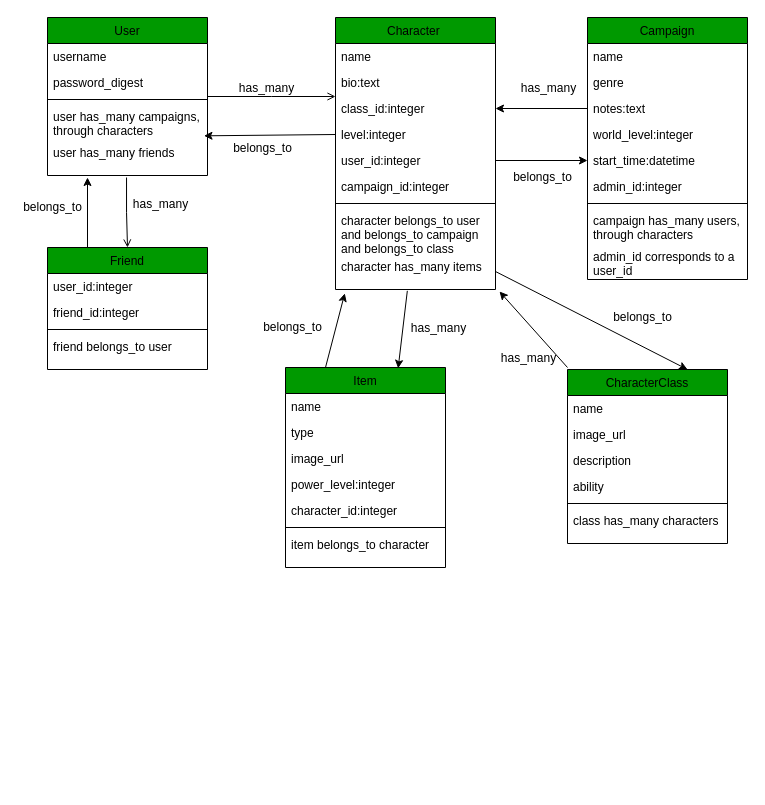
Holden-VanKeyes/proj4 keeps this draw.io diagram as database-diagram.drawio. Above is the earlier version. Source tidied: cells renumbered, new cells numbered last; positions are measured from the earlier drawing's top-left corner, leaving out a move shared by most shapes. Both pictures are drawn from the tidied source at 100%, with x=0, y=0 at pixel (17, 17).
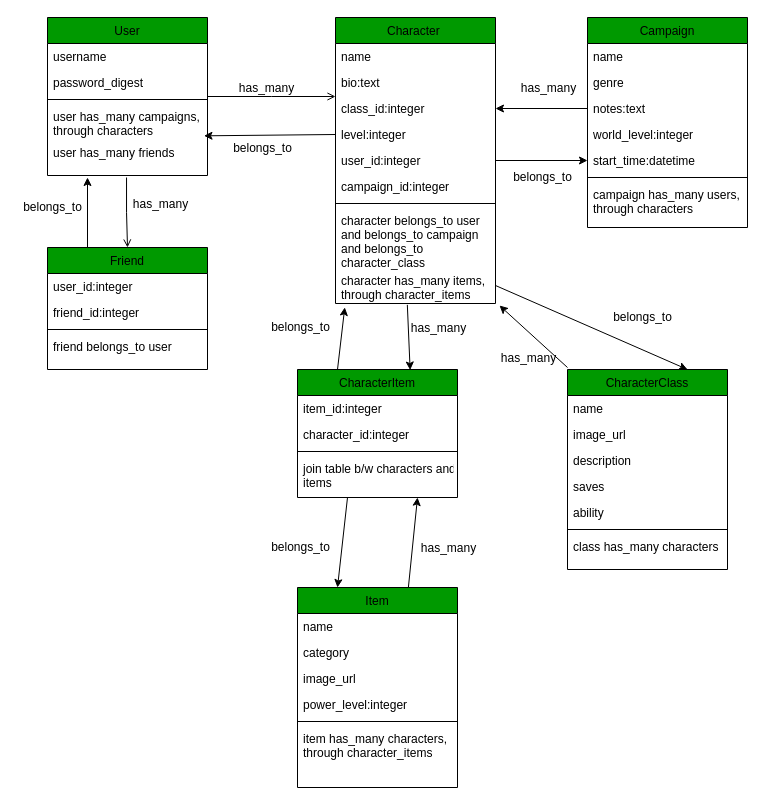
Above is the later version.

Commit message (it also covers changes not shown here):
added CharacterItem resource and changed associations for characters and items

The change refers to these unchanged cells:
```xml
<mxCell id="18" style="endArrow=open;shadow=0;strokeWidth=1;rounded=0;endFill=1;edgeStyle=elbowEdgeStyle;elbow=vertical;" parent="1" edge="1" source="2" target="8">
  <mxGeometry x="0.5" y="41" relative="1" as="geometry">
    <mxPoint x="-40" y="32" as="offset" />
  </mxGeometry>
</mxCell>
```

Change to the diagram source:
```diff
@@
     <mxCell id="8" value="Character " style="swimlane;fontStyle=0;align=center;verticalAlign=top;horizontal=1;startSize=26;rounded=0;shadow=0;strokeWidth=1;fillColor=#009900;" parent="1" vertex="1">
-      <mxGeometry x="318" width="160" height="272" as="geometry" />
+      <mxGeometry x="318" width="160" height="286" as="geometry" />
     </mxCell>
@@
-    <mxCell id="16" value="character belongs_to user&#10;and belongs_to campaign &#10;and belongs_to class" style="text;align=left;verticalAlign=top;spacingLeft=4;spacingRight=4;overflow=hidden;rounded=0;shadow=0;html=0;" parent="8" vertex="1">
-      <mxGeometry y="190" width="160" height="46" as="geometry" />
+    <mxCell id="16" value="character belongs_to user&#10;and belongs_to campaign &#10;and belongs_to &#10;character_class" style="text;align=left;verticalAlign=top;spacingLeft=4;spacingRight=4;overflow=hidden;rounded=0;shadow=0;html=0;" parent="8" vertex="1">
+      <mxGeometry y="190" width="160" height="60" as="geometry" />
     </mxCell>
-    <mxCell id="17" value="character has_many items" style="text;align=left;verticalAlign=top;spacingLeft=4;spacingRight=4;overflow=hidden;points=[[0,0.5],[1,0.5]];portConstraint=eastwest;rounded=0;shadow=0;html=0;" parent="8" vertex="1">
-      <mxGeometry y="236" width="160" height="36" as="geometry" />
+    <mxCell id="17" value="character has_many items,&#10;through character_items" style="text;align=left;verticalAlign=top;spacingLeft=4;spacingRight=4;overflow=hidden;points=[[0,0.5],[1,0.5]];portConstraint=eastwest;rounded=0;shadow=0;html=0;" parent="8" vertex="1">
+      <mxGeometry y="250" width="160" height="36" as="geometry" />
     </mxCell>
@@
+    <mxCell id="69" value="has_many" style="text;html=1;align=center;verticalAlign=middle;labelBackgroundColor=none;rounded=0;shadow=0;strokeWidth=1;fontSize=12;" parent="18" vertex="1">
+      <mxGeometry x="0.5" y="49" relative="1" as="geometry">
+        <mxPoint x="144" y="500" as="offset" />
+      </mxGeometry>
+    </mxCell>
     <mxCell id="23" value="Campaign" style="swimlane;fontStyle=0;align=center;verticalAlign=top;horizontal=1;startSize=26;rounded=0;shadow=0;strokeWidth=1;fillColor=#009900;" parent="1" vertex="1">
-      <mxGeometry x="570" width="160" height="262" as="geometry" />
+      <mxGeometry x="570" width="160" height="210" as="geometry" />
     </mxCell>
@@
-    <mxCell id="29" value="admin_id:integer" style="text;align=left;verticalAlign=top;spacingLeft=4;spacingRight=4;overflow=hidden;rounded=0;shadow=0;html=0;" parent="23" vertex="1">
-      <mxGeometry y="156" width="160" height="26" as="geometry" />
-    </mxCell>
     <mxCell id="30" style="line;html=1;strokeWidth=1;align=left;verticalAlign=middle;spacingTop=-1;spacingLeft=3;spacingRight=3;labelPosition=right;" parent="23" vertex="1">
-      <mxGeometry y="182" width="160" height="8" as="geometry" />
+      <mxGeometry y="156" width="160" height="8" as="geometry" />
     </mxCell>
     <mxCell id="31" value="campaign has_many users,&#10;through characters" style="text;align=left;verticalAlign=top;spacingLeft=4;spacingRight=4;overflow=hidden;rounded=0;shadow=0;html=0;" parent="23" vertex="1">
-      <mxGeometry y="190" width="160" height="36" as="geometry" />
+      <mxGeometry y="164" width="160" height="36" as="geometry" />
     </mxCell>
-    <mxCell id="32" value="admin_id corresponds to a&#10;user_id" style="text;align=left;verticalAlign=top;spacingLeft=4;spacingRight=4;overflow=hidden;rounded=0;shadow=0;html=0;" parent="23" vertex="1">
-      <mxGeometry y="226" width="160" height="36" as="geometry" />
-    </mxCell>
@@
-    <mxCell id="35" value="Item" style="swimlane;fontStyle=0;align=center;verticalAlign=top;horizontal=1;startSize=26;rounded=0;shadow=0;strokeWidth=1;fillColor=#009900;" parent="1" vertex="1">
-      <mxGeometry x="268" y="350" width="160" height="200" as="geometry" />
+    <mxCell id="35" value="CharacterItem" style="swimlane;fontStyle=0;align=center;verticalAlign=top;horizontal=1;startSize=26;rounded=0;shadow=0;strokeWidth=1;fillColor=#009900;" parent="1" vertex="1">
+      <mxGeometry x="280" y="352" width="160" height="128" as="geometry" />
     </mxCell>
-    <mxCell id="36" value="name" style="text;align=left;verticalAlign=top;spacingLeft=4;spacingRight=4;overflow=hidden;" parent="35" vertex="1">
-      <mxGeometry y="26" width="160" height="26" as="geometry" />
-    </mxCell>
-    <mxCell id="37" value="type" style="text;align=left;verticalAlign=top;spacingLeft=4;spacingRight=4;overflow=hidden;rounded=0;shadow=0;html=0;" parent="35" vertex="1">
-      <mxGeometry y="52" width="160" height="26" as="geometry" />
+    <mxCell id="37" value="item_id:integer" style="text;align=left;verticalAlign=top;spacingLeft=4;spacingRight=4;overflow=hidden;rounded=0;shadow=0;html=0;" parent="35" vertex="1">
+      <mxGeometry y="26" width="160" height="26" as="geometry" />
     </mxCell>
-    <mxCell id="38" value="image_url" style="text;align=left;verticalAlign=top;spacingLeft=4;spacingRight=4;overflow=hidden;rounded=0;shadow=0;html=0;" parent="35" vertex="1">
-      <mxGeometry y="78" width="160" height="26" as="geometry" />
-    </mxCell>
-    <mxCell id="39" value="power_level:integer" style="text;align=left;verticalAlign=top;spacingLeft=4;spacingRight=4;overflow=hidden;rounded=0;shadow=0;html=0;" parent="35" vertex="1">
-      <mxGeometry y="104" width="160" height="26" as="geometry" />
-    </mxCell>
     <mxCell id="40" value="character_id:integer" style="text;align=left;verticalAlign=top;spacingLeft=4;spacingRight=4;overflow=hidden;rounded=0;shadow=0;html=0;" parent="35" vertex="1">
-      <mxGeometry y="130" width="160" height="26" as="geometry" />
+      <mxGeometry y="52" width="160" height="26" as="geometry" />
     </mxCell>
     <mxCell id="41" style="line;html=1;strokeWidth=1;align=left;verticalAlign=middle;spacingTop=-1;spacingLeft=3;spacingRight=3;labelPosition=right;" parent="35" vertex="1">
-      <mxGeometry y="156" width="160" height="8" as="geometry" />
+      <mxGeometry y="78" width="160" height="8" as="geometry" />
     </mxCell>
-    <mxCell id="42" value="item belongs_to character" style="text;align=left;verticalAlign=top;spacingLeft=4;spacingRight=4;overflow=hidden;rounded=0;shadow=0;html=0;" parent="35" vertex="1">
-      <mxGeometry y="164" width="160" height="36" as="geometry" />
+    <mxCell id="42" value="join table b/w characters and&#10;items" style="text;align=left;verticalAlign=top;spacingLeft=4;spacingRight=4;overflow=hidden;rounded=0;shadow=0;html=0;" parent="35" vertex="1">
+      <mxGeometry y="86" width="160" height="36" as="geometry" />
     </mxCell>
@@
     <mxCell id="52" value="CharacterClass" style="swimlane;fontStyle=0;align=center;verticalAlign=top;horizontal=1;startSize=26;rounded=0;shadow=0;strokeWidth=1;fillColor=#009900;" parent="1" vertex="1">
-      <mxGeometry x="550" y="352" width="160" height="174" as="geometry" />
+      <mxGeometry x="550" y="352" width="160" height="200" as="geometry" />
     </mxCell>
@@
+    <mxCell id="70" value="saves" style="text;align=left;verticalAlign=top;spacingLeft=4;spacingRight=4;overflow=hidden;rounded=0;shadow=0;html=0;" parent="52" vertex="1">
+      <mxGeometry y="104" width="160" height="26" as="geometry" />
+    </mxCell>
     <mxCell id="56" value="ability" style="text;align=left;verticalAlign=top;spacingLeft=4;spacingRight=4;overflow=hidden;rounded=0;shadow=0;html=0;" parent="52" vertex="1">
-      <mxGeometry y="104" width="160" height="26" as="geometry" />
+      <mxGeometry y="130" width="160" height="26" as="geometry" />
     </mxCell>
     <mxCell id="57" style="line;html=1;strokeWidth=1;align=left;verticalAlign=middle;spacingTop=-1;spacingLeft=3;spacingRight=3;labelPosition=right;" parent="52" vertex="1">
-      <mxGeometry y="130" width="160" height="8" as="geometry" />
+      <mxGeometry y="156" width="160" height="8" as="geometry" />
     </mxCell>
     <mxCell id="58" value="class has_many characters" style="text;align=left;verticalAlign=top;spacingLeft=4;spacingRight=4;overflow=hidden;rounded=0;shadow=0;html=0;" parent="52" vertex="1">
-      <mxGeometry y="138" width="160" height="36" as="geometry" />
+      <mxGeometry y="164" width="160" height="36" as="geometry" />
     </mxCell>
@@
     <mxCell id="63" value="belongs_to" style="text;html=1;align=center;verticalAlign=middle;points=[];strokeColor=none;fillColor=none;" parent="1" vertex="1">
-      <mxGeometry x="240" y="300" width="70" height="20" as="geometry" />
+      <mxGeometry x="248" y="300" width="70" height="20" as="geometry" />
     </mxCell>
@@
+    <mxCell id="71" value="Item" style="swimlane;fontStyle=0;align=center;verticalAlign=top;horizontal=1;startSize=26;rounded=0;shadow=0;strokeWidth=1;fillColor=#009900;" parent="1" vertex="1">
+      <mxGeometry x="280" y="570" width="160" height="200" as="geometry" />
+    </mxCell>
+    <mxCell id="36" value="name" style="text;align=left;verticalAlign=top;spacingLeft=4;spacingRight=4;overflow=hidden;" parent="71" vertex="1">
+      <mxGeometry y="26" width="160" height="26" as="geometry" />
+    </mxCell>
+    <mxCell id="72" value="category" style="text;align=left;verticalAlign=top;spacingLeft=4;spacingRight=4;overflow=hidden;rounded=0;shadow=0;html=0;" parent="71" vertex="1">
+      <mxGeometry y="52" width="160" height="26" as="geometry" />
+    </mxCell>
+    <mxCell id="38" value="image_url" style="text;align=left;verticalAlign=top;spacingLeft=4;spacingRight=4;overflow=hidden;rounded=0;shadow=0;html=0;" parent="71" vertex="1">
+      <mxGeometry y="78" width="160" height="26" as="geometry" />
+    </mxCell>
+    <mxCell id="39" value="power_level:integer" style="text;align=left;verticalAlign=top;spacingLeft=4;spacingRight=4;overflow=hidden;rounded=0;shadow=0;html=0;" parent="71" vertex="1">
+      <mxGeometry y="104" width="160" height="26" as="geometry" />
+    </mxCell>
+    <mxCell id="73" style="line;html=1;strokeWidth=1;align=left;verticalAlign=middle;spacingTop=-1;spacingLeft=3;spacingRight=3;labelPosition=right;" parent="71" vertex="1">
+      <mxGeometry y="130" width="160" height="8" as="geometry" />
+    </mxCell>
+    <mxCell id="74" value="item has_many characters,&#10;through character_items" style="text;align=left;verticalAlign=top;spacingLeft=4;spacingRight=4;overflow=hidden;rounded=0;shadow=0;html=0;" parent="71" vertex="1">
+      <mxGeometry y="138" width="160" height="36" as="geometry" />
+    </mxCell>
+    <mxCell id="75" style="edgeStyle=none;html=1;exitX=0.693;exitY=0;exitDx=0;exitDy=0;exitPerimeter=0;entryX=0.75;entryY=1;entryDx=0;entryDy=0;" parent="1" edge="1" source="71" target="35">
+      <mxGeometry relative="1" as="geometry" />
+    </mxCell>
+    <mxCell id="76" style="edgeStyle=none;html=1;entryX=0.25;entryY=0;entryDx=0;entryDy=0;" parent="1" edge="1" target="71">
+      <mxGeometry relative="1" as="geometry">
+        <mxPoint x="330" y="480" as="sourcePoint" />
+      </mxGeometry>
+    </mxCell>
+    <mxCell id="77" value="belongs_to" style="text;html=1;align=center;verticalAlign=middle;strokeColor=none;fillColor=none;" parent="1" vertex="1">
+      <mxGeometry x="248" y="520" width="70" height="20" as="geometry" />
+    </mxCell>
```
